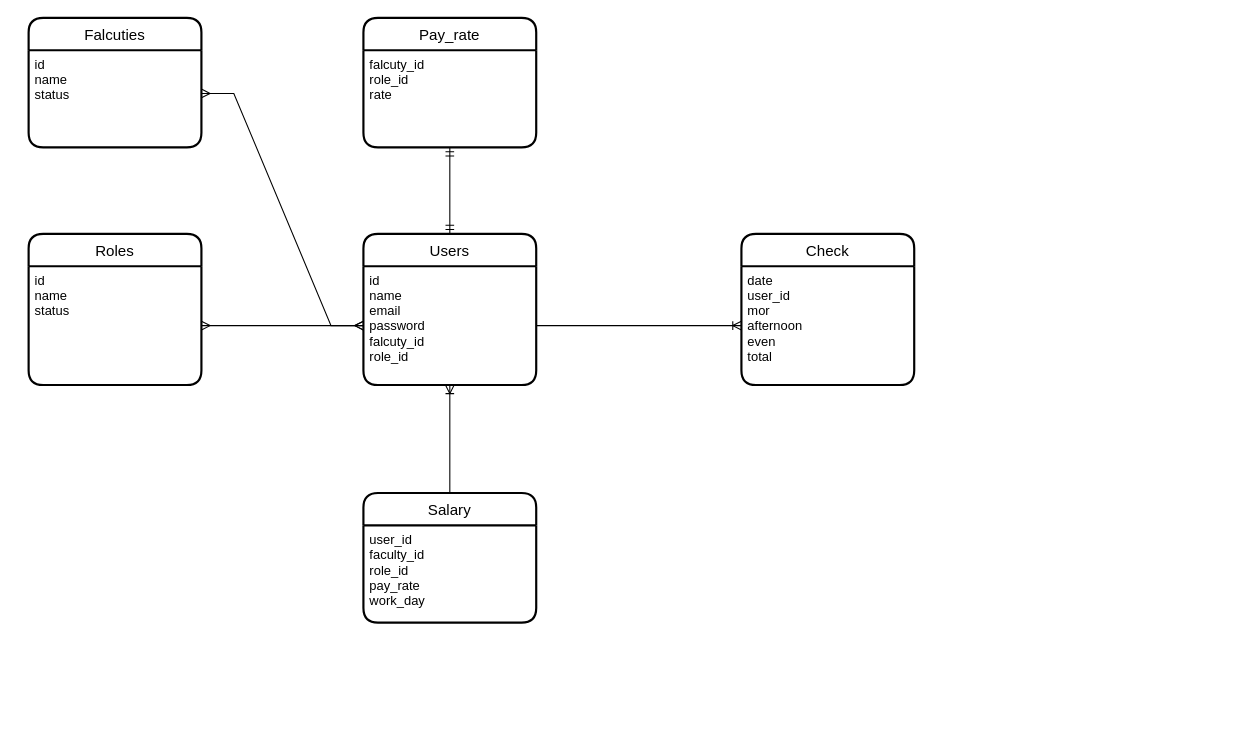
This is page "Page-1" (1 of 2) of documents/so_do_thuc_the.drawio from hydra029/laravel_web, a draw.io file, before an edit. Source tidied: cells renumbered, new cells numbered last; positions are measured from the earlier drawing's top-left corner, leaving out a move shared by most shapes. Both pictures are drawn from the tidied source at 108%, with x=0, y=0 at pixel (28, 17).
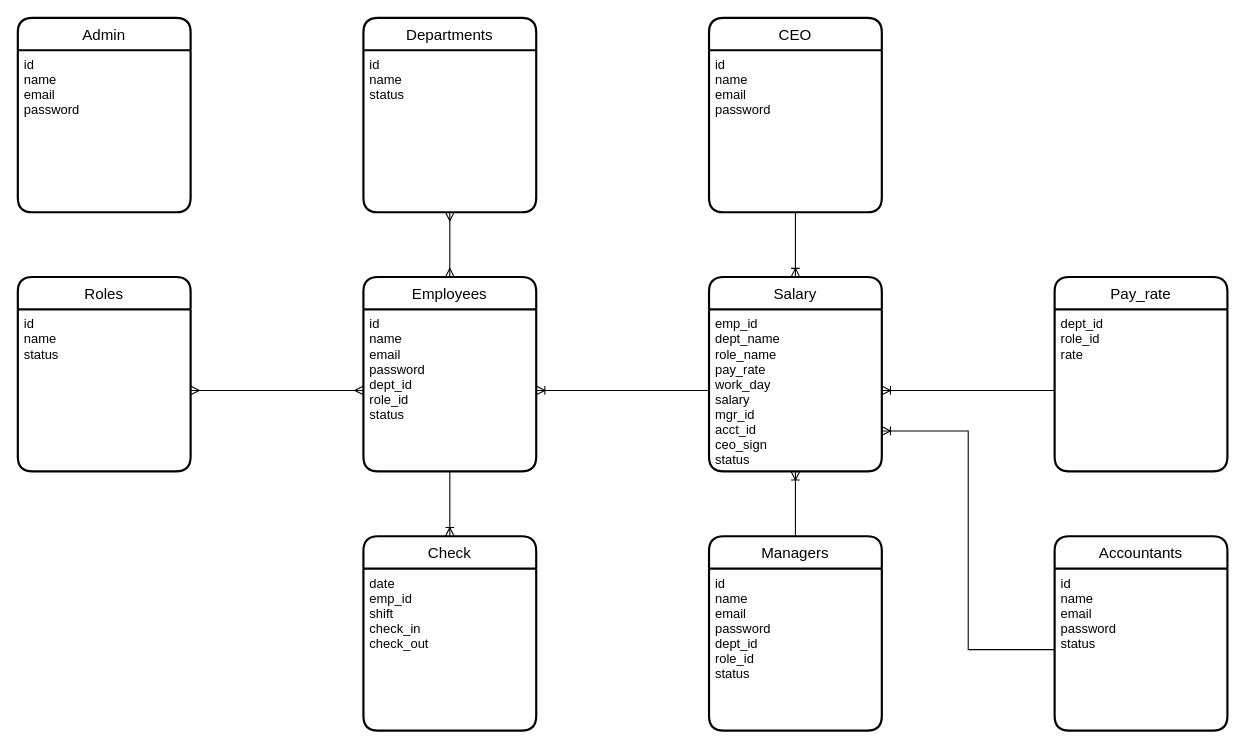
Above is the later version.

Change to the diagram source:
```diff
@@
-    <mxCell id="2" value="Users" style="swimlane;horizontal=1;startSize=30;rounded=1;fontSize=14;fontStyle=0;strokeWidth=2;shadow=0;dashed=0;align=center;" parent="1" vertex="1">
-      <mxGeometry x="310" y="200" width="160" height="140" as="geometry" />
+    <mxCell id="2" value="Employees" style="swimlane;horizontal=1;startSize=30;rounded=1;fontSize=14;fontStyle=0;strokeWidth=2;shadow=0;dashed=0;align=center;" parent="1" vertex="1">
+      <mxGeometry x="310" y="240" width="160" height="180" as="geometry" />
     </mxCell>
-    <mxCell id="3" value="id&#10;name&#10;email&#10;password&#10;falcuty_id&#10;role_id&#10;&#10;" style="align=left;strokeColor=none;fillColor=none;spacingLeft=4;fontSize=12;verticalAlign=top;" parent="2" vertex="1">
-      <mxGeometry y="30" width="160" height="110" as="geometry" />
+    <mxCell id="3" value="id&#10;name&#10;email&#10;password&#10;dept_id&#10;role_id&#10;status" style="align=left;strokeColor=none;fillColor=none;spacingLeft=4;fontSize=12;verticalAlign=top;" parent="2" vertex="1">
+      <mxGeometry y="30" width="160" height="150" as="geometry" />
     </mxCell>
     <mxCell id="4" value="Roles" style="swimlane;horizontal=1;startSize=30;rounded=1;fontSize=14;fontStyle=0;strokeWidth=2;shadow=0;dashed=0;align=center;" parent="1" vertex="1">
-      <mxGeometry y="200" width="160" height="140" as="geometry" />
+      <mxGeometry x="-10" y="240" width="160" height="180" as="geometry" />
     </mxCell>
     <mxCell id="5" value="id&#10;name&#10;status&#10;" style="align=left;strokeColor=none;fillColor=none;spacingLeft=4;fontSize=12;verticalAlign=top;" parent="4" vertex="1">
-      <mxGeometry y="30" width="160" height="110" as="geometry" />
+      <mxGeometry y="30" width="160" height="150" as="geometry" />
     </mxCell>
-    <mxCell id="6" value="Falcuties" style="swimlane;horizontal=1;startSize=30;rounded=1;fontSize=14;fontStyle=0;strokeWidth=2;shadow=0;dashed=0;align=center;" parent="1" vertex="1">
-      <mxGeometry width="160" height="120" as="geometry" />
+    <mxCell id="6" value="Departments" style="swimlane;horizontal=1;startSize=30;rounded=1;fontSize=14;fontStyle=0;strokeWidth=2;shadow=0;dashed=0;align=center;" parent="1" vertex="1">
+      <mxGeometry x="310" width="160" height="180" as="geometry" />
     </mxCell>
     <mxCell id="7" value="id&#10;name&#10;status" style="align=left;strokeColor=none;fillColor=none;spacingLeft=4;fontSize=12;verticalAlign=top;" parent="6" vertex="1">
-      <mxGeometry y="30" width="160" height="90" as="geometry" />
+      <mxGeometry y="30" width="160" height="150" as="geometry" />
     </mxCell>
     <mxCell id="8" value="Check" style="swimlane;horizontal=1;startSize=30;rounded=1;fontSize=14;fontStyle=0;strokeWidth=2;shadow=0;dashed=0;align=center;" parent="1" vertex="1">
-      <mxGeometry x="660" y="200" width="160" height="140" as="geometry" />
+      <mxGeometry x="310" y="480" width="160" height="180" as="geometry" />
     </mxCell>
-    <mxCell id="9" value="date&#10;user_id&#10;mor&#10;afternoon&#10;even&#10;total&#10;" style="align=left;strokeColor=none;fillColor=none;spacingLeft=4;fontSize=12;verticalAlign=top;" parent="8" vertex="1">
-      <mxGeometry y="30" width="160" height="110" as="geometry" />
+    <mxCell id="9" value="date&#10;emp_id&#10;shift&#10;check_in&#10;check_out" style="align=left;strokeColor=none;fillColor=none;spacingLeft=4;fontSize=12;verticalAlign=top;" parent="8" vertex="1">
+      <mxGeometry y="30" width="160" height="150" as="geometry" />
     </mxCell>
     <mxCell id="10" value="Pay_rate" style="swimlane;horizontal=1;startSize=30;rounded=1;fontSize=14;fontStyle=0;strokeWidth=2;shadow=0;dashed=0;align=center;" parent="1" vertex="1">
-      <mxGeometry x="310" width="160" height="120" as="geometry" />
+      <mxGeometry x="950" y="240" width="160" height="180" as="geometry" />
     </mxCell>
-    <mxCell id="11" value="falcuty_id&#10;role_id&#10;rate&#10;" style="align=left;strokeColor=none;fillColor=none;spacingLeft=4;fontSize=12;verticalAlign=top;" parent="10" vertex="1">
-      <mxGeometry y="30" width="160" height="90" as="geometry" />
+    <mxCell id="11" value="dept_id&#10;role_id&#10;rate&#10;" style="align=left;strokeColor=none;fillColor=none;spacingLeft=4;fontSize=12;verticalAlign=top;" parent="10" vertex="1">
+      <mxGeometry y="30" width="160" height="150" as="geometry" />
     </mxCell>
     <mxCell id="12" value="Salary" style="swimlane;horizontal=1;startSize=30;rounded=1;fontSize=14;fontStyle=0;strokeWidth=2;shadow=0;dashed=0;align=center;" parent="1" vertex="1">
-      <mxGeometry x="310" y="440" width="160" height="120" as="geometry" />
+      <mxGeometry x="630" y="240" width="160" height="180" as="geometry" />
     </mxCell>
-    <mxCell id="13" value="user_id&#10;faculty_id&#10;role_id&#10;pay_rate&#10;work_day&#10;" style="align=left;strokeColor=none;fillColor=none;spacingLeft=4;fontSize=12;verticalAlign=top;" parent="12" vertex="1">
-      <mxGeometry y="30" width="160" height="90" as="geometry" />
+    <mxCell id="13" value="emp_id&#10;dept_name&#10;role_name&#10;pay_rate&#10;work_day&#10;salary&#10;mgr_id&#10;acct_id&#10;ceo_sign&#10;status" style="align=left;strokeColor=none;fillColor=none;spacingLeft=4;fontSize=12;verticalAlign=top;" parent="12" vertex="1">
+      <mxGeometry y="30" width="160" height="150" as="geometry" />
     </mxCell>
-    <mxCell id="14" style="edgeStyle=entityRelationEdgeStyle;fontSize=12;html=1;endArrow=ERmany;startArrow=ERmany;rounded=0;entryX=0;entryY=0.5;entryDx=0;entryDy=0;" parent="1" edge="1" target="3">
-      <mxGeometry relative="1" as="geometry">
-        <mxPoint x="160" y="70" as="sourcePoint" />
-      </mxGeometry>
+    <mxCell id="14" style="fontSize=12;html=1;endArrow=ERmany;startArrow=ERmany;rounded=0;entryX=0.5;entryY=0;entryDx=0;entryDy=0;exitX=0.5;exitY=1;exitDx=0;exitDy=0;" parent="1" edge="1" source="7" target="2">
+      <mxGeometry relative="1" as="geometry" />
     </mxCell>
@@
-    <mxCell id="16" style="fontSize=12;html=1;endArrow=ERoneToMany;rounded=0;exitX=0.5;exitY=0;exitDx=0;exitDy=0;entryX=0.5;entryY=1;entryDx=0;entryDy=0;" parent="1" edge="1" source="12" target="3">
-      <mxGeometry relative="1" as="geometry" />
-    </mxCell>
-    <mxCell id="17" style="fontSize=12;html=1;endArrow=ERoneToMany;rounded=0;exitX=1;exitY=0.5;exitDx=0;exitDy=0;entryX=0;entryY=0.5;entryDx=0;entryDy=0;" parent="1" edge="1" source="3" target="9">
+    <mxCell id="17" style="fontSize=12;html=1;endArrow=ERoneToMany;rounded=0;exitX=0.5;exitY=1;exitDx=0;exitDy=0;entryX=0.5;entryY=0;entryDx=0;entryDy=0;" parent="1" edge="1" source="3" target="8">
       <mxGeometry relative="1" as="geometry" />
     </mxCell>
-    <mxCell id="18" style="fontSize=12;html=1;endArrow=ERmandOne;startArrow=ERmandOne;rounded=0;entryX=0.5;entryY=1;entryDx=0;entryDy=0;exitX=0.5;exitY=0;exitDx=0;exitDy=0;" parent="1" edge="1" source="2" target="11">
-      <mxGeometry relative="1" as="geometry" />
-    </mxCell>
+    <mxCell id="19" value="Admin" style="swimlane;horizontal=1;startSize=30;rounded=1;fontSize=14;fontStyle=0;strokeWidth=2;shadow=0;dashed=0;align=center;" parent="1" vertex="1">
+      <mxGeometry x="-10" width="160" height="180" as="geometry" />
+    </mxCell>
+    <mxCell id="20" value="id&#10;name&#10;email&#10;password&#10;&#10;" style="align=left;strokeColor=none;fillColor=none;spacingLeft=4;fontSize=12;verticalAlign=top;" parent="19" vertex="1">
+      <mxGeometry y="30" width="160" height="150" as="geometry" />
+    </mxCell>
+    <mxCell id="21" value="Managers" style="swimlane;horizontal=1;startSize=30;rounded=1;fontSize=14;fontStyle=0;strokeWidth=2;shadow=0;dashed=0;align=center;" parent="1" vertex="1">
+      <mxGeometry x="630" y="480" width="160" height="180" as="geometry" />
+    </mxCell>
+    <mxCell id="22" value="id&#10;name&#10;email&#10;password&#10;dept_id&#10;role_id&#10;status&#10;" style="align=left;strokeColor=none;fillColor=none;spacingLeft=4;fontSize=12;verticalAlign=top;" parent="21" vertex="1">
+      <mxGeometry y="30" width="160" height="150" as="geometry" />
+    </mxCell>
+    <mxCell id="23" value="CEO" style="swimlane;horizontal=1;startSize=30;rounded=1;fontSize=14;fontStyle=0;strokeWidth=2;shadow=0;dashed=0;align=center;" parent="1" vertex="1">
+      <mxGeometry x="630" width="160" height="180" as="geometry" />
+    </mxCell>
+    <mxCell id="24" value="id&#10;name&#10;email&#10;password&#10;" style="align=left;strokeColor=none;fillColor=none;spacingLeft=4;fontSize=12;verticalAlign=top;" parent="23" vertex="1">
+      <mxGeometry y="30" width="160" height="150" as="geometry" />
+    </mxCell>
+    <mxCell id="25" style="fontSize=12;html=1;endArrow=ERoneToMany;rounded=0;exitX=0.5;exitY=1;exitDx=0;exitDy=0;entryX=0.5;entryY=0;entryDx=0;entryDy=0;" parent="1" edge="1" source="24" target="12">
+      <mxGeometry relative="1" as="geometry" />
+    </mxCell>
+    <mxCell id="26" style="fontSize=12;html=1;endArrow=ERoneToMany;rounded=0;exitX=0.5;exitY=0;exitDx=0;exitDy=0;entryX=0.5;entryY=1;entryDx=0;entryDy=0;" parent="1" edge="1" source="21" target="13">
+      <mxGeometry relative="1" as="geometry" />
+    </mxCell>
+    <mxCell id="27" style="fontSize=12;html=1;endArrow=ERoneToMany;rounded=0;exitX=0;exitY=0.5;exitDx=0;exitDy=0;entryX=1;entryY=0.5;entryDx=0;entryDy=0;" parent="1" edge="1" source="13" target="3">
+      <mxGeometry relative="1" as="geometry" />
+    </mxCell>
+    <mxCell id="28" style="edgeStyle=orthogonalEdgeStyle;fontSize=12;html=1;endArrow=ERoneToMany;rounded=0;exitX=0;exitY=0.5;exitDx=0;exitDy=0;" parent="1" edge="1" source="11" target="13">
+      <mxGeometry relative="1" as="geometry" />
+    </mxCell>
+    <mxCell id="29" value="Accountants" style="swimlane;horizontal=1;startSize=30;rounded=1;fontSize=14;fontStyle=0;strokeWidth=2;shadow=0;dashed=0;align=center;" parent="1" vertex="1">
+      <mxGeometry x="950" y="480" width="160" height="180" as="geometry" />
+    </mxCell>
+    <mxCell id="30" value="id&#10;name&#10;email&#10;password&#10;status&#10;" style="align=left;strokeColor=none;fillColor=none;spacingLeft=4;fontSize=12;verticalAlign=top;" parent="29" vertex="1">
+      <mxGeometry y="30" width="160" height="150" as="geometry" />
+    </mxCell>
+    <mxCell id="31" style="edgeStyle=orthogonalEdgeStyle;fontSize=12;html=1;endArrow=ERoneToMany;rounded=0;exitX=0;exitY=0.5;exitDx=0;exitDy=0;entryX=1;entryY=0.75;entryDx=0;entryDy=0;" parent="1" edge="1" source="30" target="13">
+      <mxGeometry relative="1" as="geometry" />
+    </mxCell>
```
